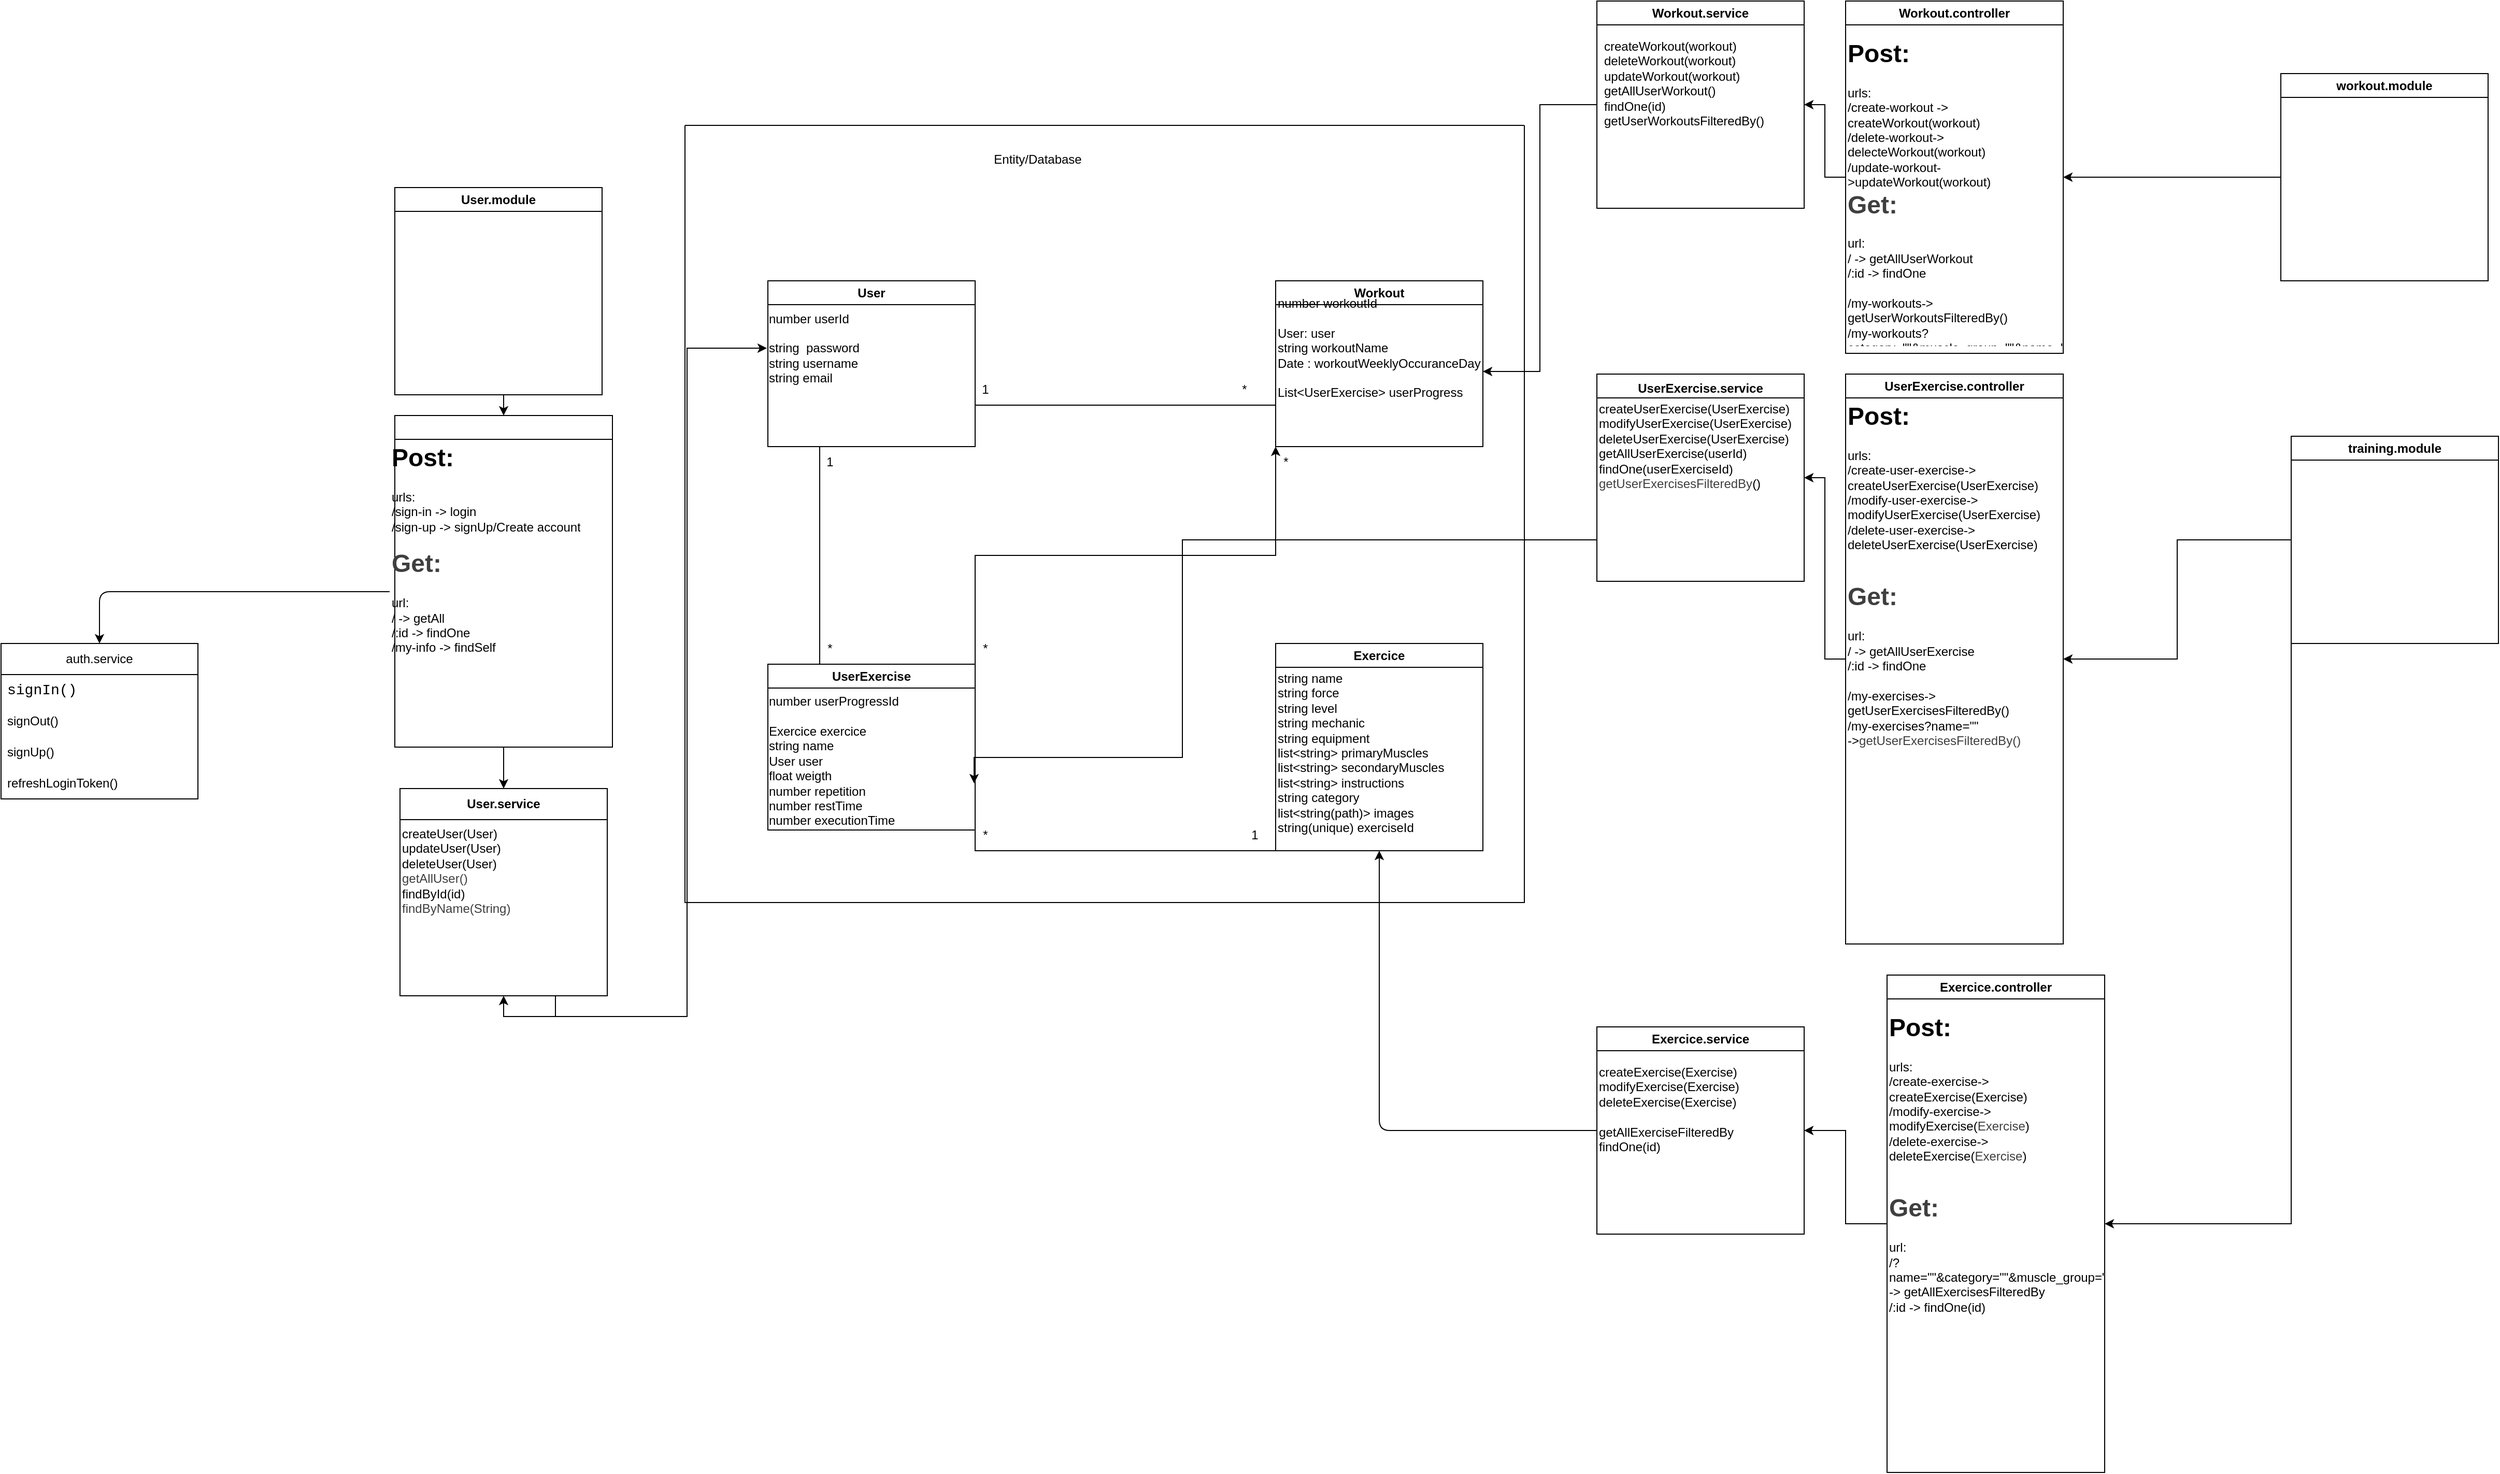
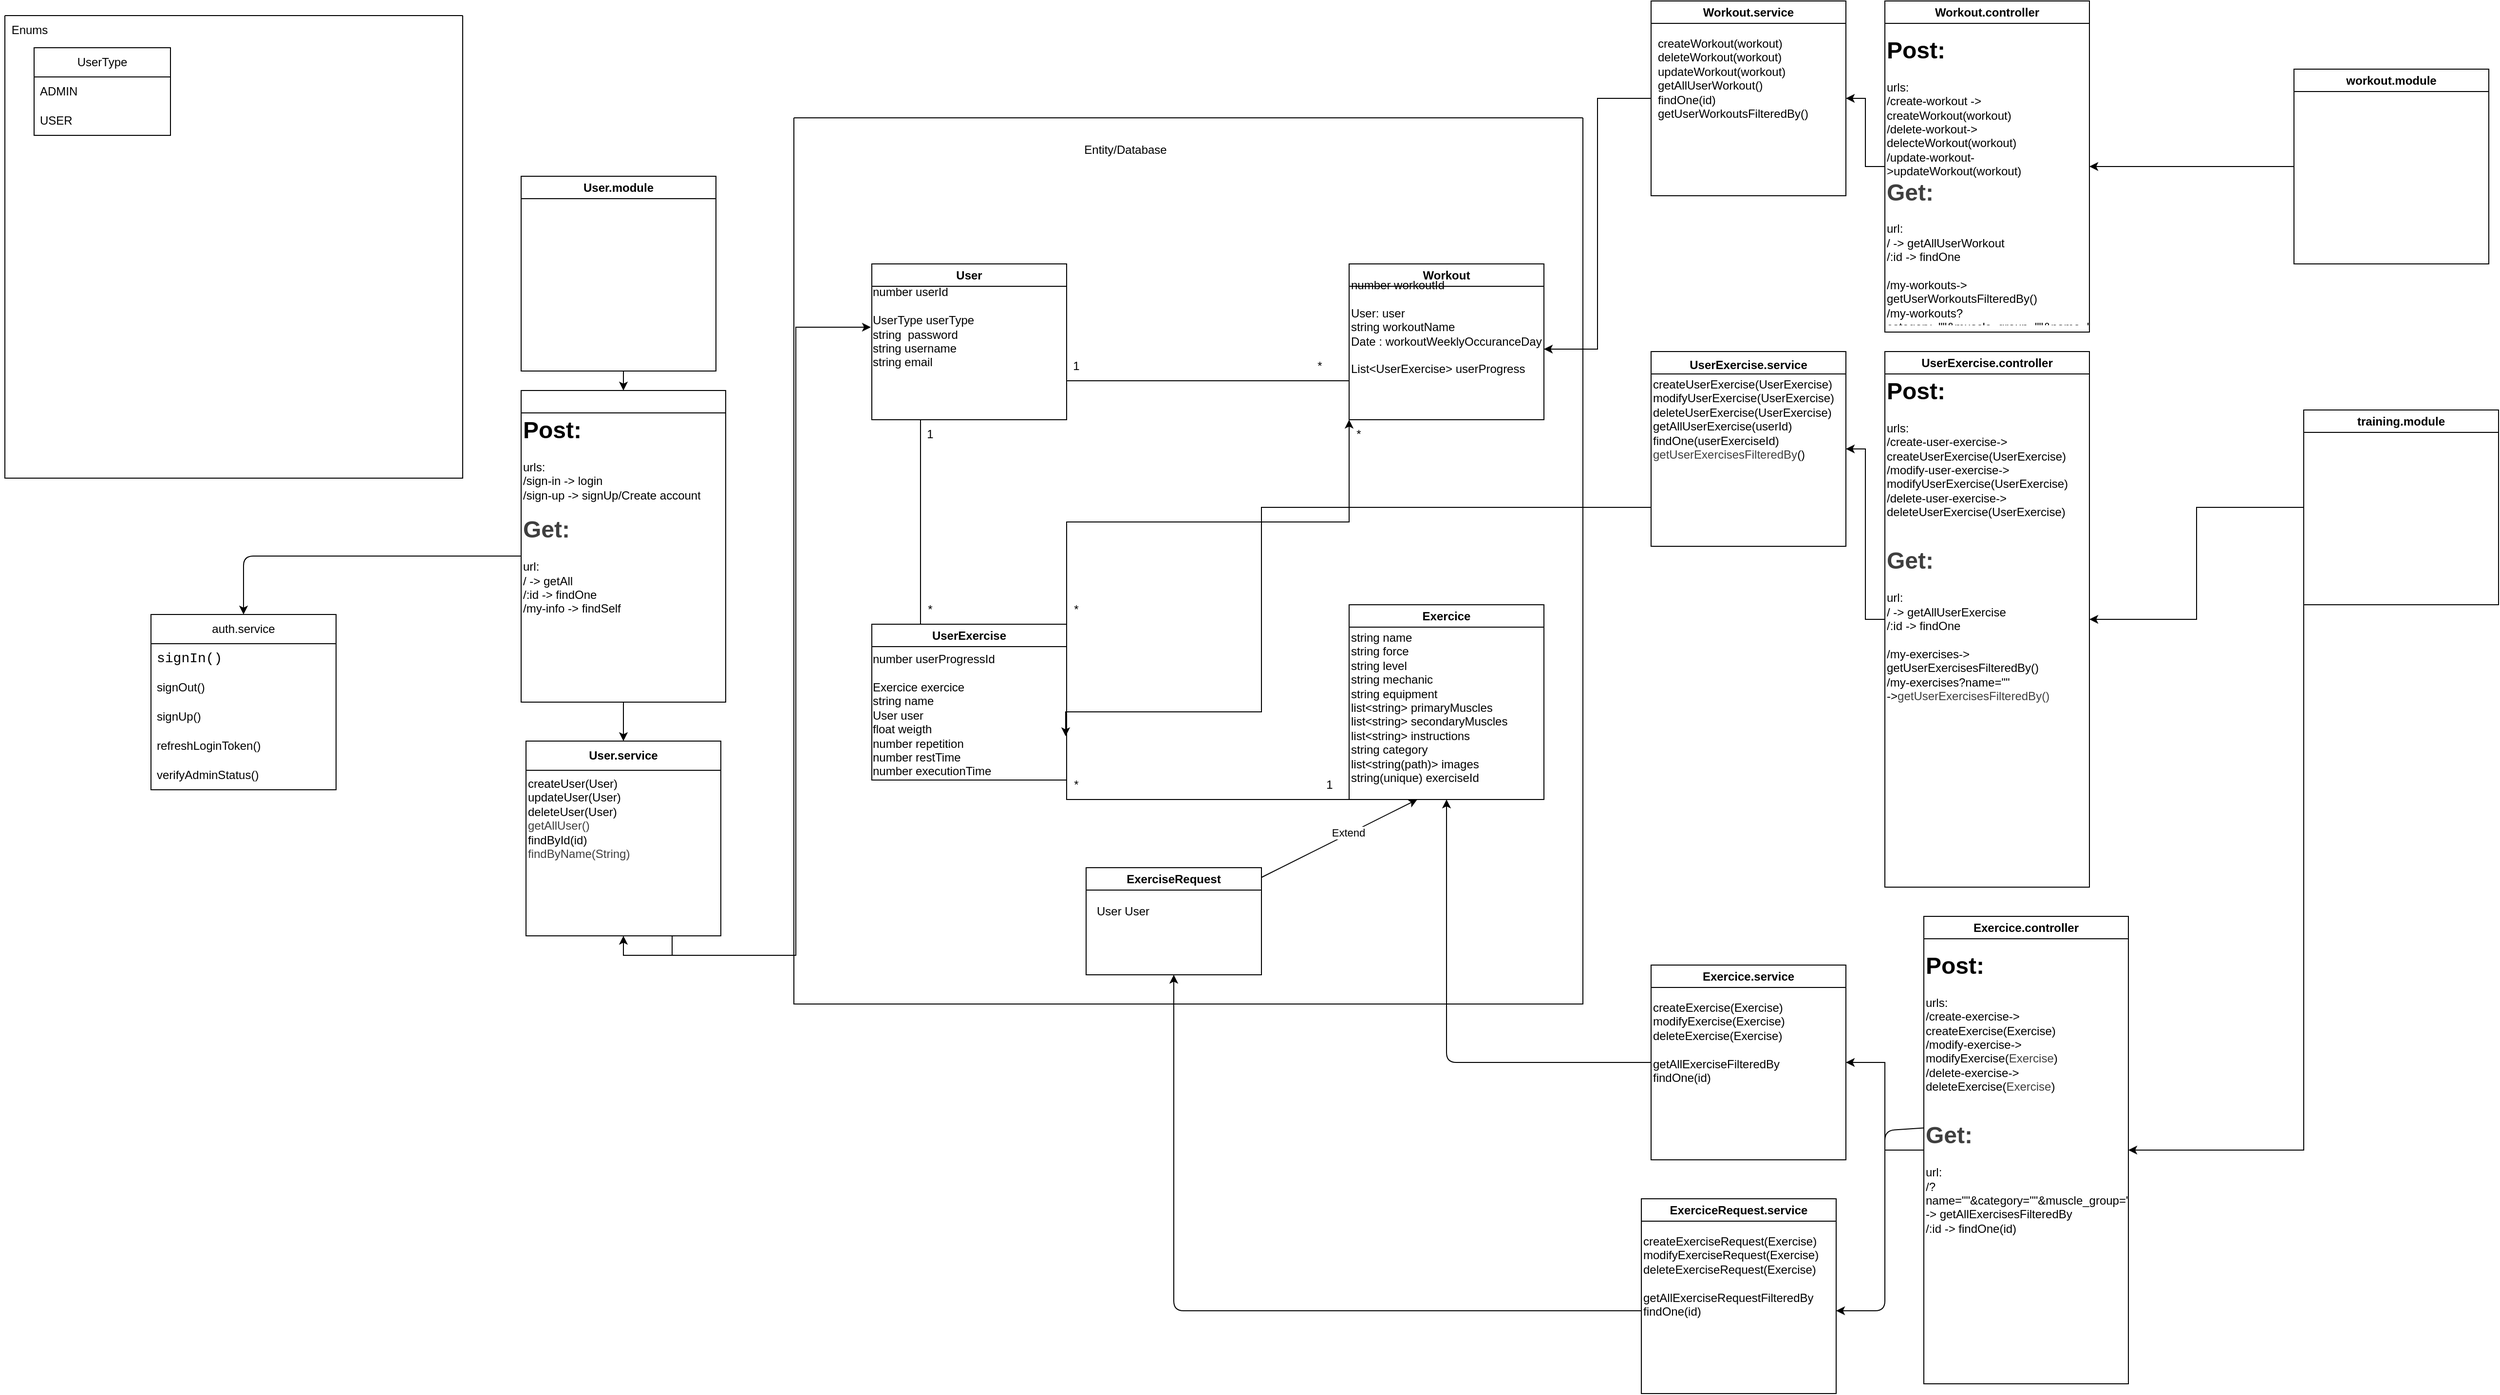
<mxfile host="65bd71144e" pages="2">
    <diagram name="diagramme de classe" id="f1yAM5DfKGLaTx1Gfc8v">
-         <mxGraphModel dx="2241" dy="2684" grid="1" gridSize="10" guides="1" tooltips="1" connect="1" arrows="1" fold="1" page="1" pageScale="1" pageWidth="850" pageHeight="1100" background="#FFFFFF" math="0" shadow="0">
+         <mxGraphModel dx="2703" dy="3141" grid="1" gridSize="10" guides="1" tooltips="1" connect="1" arrows="1" fold="1" page="1" pageScale="1" pageWidth="850" pageHeight="1100" background="#FFFFFF" math="0" shadow="0">
            <root>
                <mxCell id="0"/>
                <mxCell id="1" parent="0"/>
                <mxCell id="54ykkY1KujX23bqlJ3_W-41" style="edgeStyle=orthogonalEdgeStyle;rounded=0;orthogonalLoop=1;jettySize=auto;html=1;exitX=0.25;exitY=1;exitDx=0;exitDy=0;entryX=0.25;entryY=0;entryDx=0;entryDy=0;endArrow=none;endFill=0;" parent="1" source="54ykkY1KujX23bqlJ3_W-2" target="54ykkY1KujX23bqlJ3_W-24" edge="1">
                    <mxGeometry relative="1" as="geometry"/>
                </mxCell>
                <mxCell id="54ykkY1KujX23bqlJ3_W-2" value="User" style="swimlane;whiteSpace=wrap;html=1;" parent="1" vertex="1">
                    <mxGeometry x="-730" y="-1910" width="200" height="160" as="geometry"/>
                </mxCell>
-                 <mxCell id="54ykkY1KujX23bqlJ3_W-21" value="number userId&lt;div&gt;&lt;br&gt;&lt;/div&gt;&lt;div&gt;string&amp;nbsp; password&lt;/div&gt;&lt;div&gt;string username&lt;/div&gt;&lt;div&gt;string email&lt;/div&gt;" style="text;html=1;whiteSpace=wrap;strokeColor=none;fillColor=none;align=left;verticalAlign=middle;rounded=0;" parent="54ykkY1KujX23bqlJ3_W-2" vertex="1">
+                 <mxCell id="54ykkY1KujX23bqlJ3_W-21" value="number userId&lt;div&gt;&lt;br&gt;&lt;/div&gt;&lt;div&gt;UserType userType&lt;/div&gt;&lt;div&gt;string&amp;nbsp; password&lt;/div&gt;&lt;div&gt;string username&lt;/div&gt;&lt;div&gt;string email&lt;/div&gt;" style="text;html=1;whiteSpace=wrap;strokeColor=none;fillColor=none;align=left;verticalAlign=middle;rounded=0;" parent="54ykkY1KujX23bqlJ3_W-2" vertex="1">
                    <mxGeometry x="-1" y="20" width="200" height="90" as="geometry"/>
                </mxCell>
                <mxCell id="54ykkY1KujX23bqlJ3_W-38" style="edgeStyle=orthogonalEdgeStyle;rounded=0;orthogonalLoop=1;jettySize=auto;html=1;exitX=0;exitY=0.75;exitDx=0;exitDy=0;entryX=1;entryY=0.75;entryDx=0;entryDy=0;endArrow=none;endFill=0;" parent="1" source="54ykkY1KujX23bqlJ3_W-22" target="54ykkY1KujX23bqlJ3_W-2" edge="1">
                    <mxGeometry relative="1" as="geometry"/>
                </mxCell>
                <mxCell id="54ykkY1KujX23bqlJ3_W-22" value="Workout" style="swimlane;whiteSpace=wrap;html=1;" parent="1" vertex="1">
                    <mxGeometry x="-240" y="-1910" width="200" height="160" as="geometry"/>
                </mxCell>
                <mxCell id="54ykkY1KujX23bqlJ3_W-35" style="edgeStyle=orthogonalEdgeStyle;rounded=0;orthogonalLoop=1;jettySize=auto;html=1;exitX=1;exitY=1;exitDx=0;exitDy=0;entryX=0;entryY=1;entryDx=0;entryDy=0;endArrow=none;endFill=0;" parent="1" source="54ykkY1KujX23bqlJ3_W-24" target="54ykkY1KujX23bqlJ3_W-26" edge="1">
                    <mxGeometry relative="1" as="geometry"/>
                </mxCell>
                <mxCell id="IGrDSQsmr267pbq8MyPN-1" style="edgeStyle=orthogonalEdgeStyle;rounded=0;orthogonalLoop=1;jettySize=auto;html=1;exitX=1;exitY=0;exitDx=0;exitDy=0;entryX=0;entryY=1;entryDx=0;entryDy=0;" parent="1" source="54ykkY1KujX23bqlJ3_W-24" target="54ykkY1KujX23bqlJ3_W-22" edge="1">
                    <mxGeometry relative="1" as="geometry"/>
                </mxCell>
                <mxCell id="54ykkY1KujX23bqlJ3_W-24" value="UserExercise" style="swimlane;whiteSpace=wrap;html=1;" parent="1" vertex="1">
                    <mxGeometry x="-730" y="-1540" width="200" height="160" as="geometry"/>
                </mxCell>
                <mxCell id="54ykkY1KujX23bqlJ3_W-36" value="*" style="text;html=1;whiteSpace=wrap;strokeColor=none;fillColor=none;align=center;verticalAlign=middle;rounded=0;" parent="1" vertex="1">
                    <mxGeometry x="-550" y="-1390" width="60" height="30" as="geometry"/>
                </mxCell>
                <mxCell id="54ykkY1KujX23bqlJ3_W-37" value="1" style="text;html=1;whiteSpace=wrap;strokeColor=none;fillColor=none;align=center;verticalAlign=middle;rounded=0;" parent="1" vertex="1">
                    <mxGeometry x="-290" y="-1390" width="60" height="30" as="geometry"/>
                </mxCell>
                <mxCell id="54ykkY1KujX23bqlJ3_W-39" value="*" style="text;html=1;whiteSpace=wrap;strokeColor=none;fillColor=none;align=center;verticalAlign=middle;rounded=0;" parent="1" vertex="1">
                    <mxGeometry x="-300" y="-1820" width="60" height="30" as="geometry"/>
                </mxCell>
                <mxCell id="54ykkY1KujX23bqlJ3_W-40" value="1" style="text;html=1;whiteSpace=wrap;strokeColor=none;fillColor=none;align=center;verticalAlign=middle;rounded=0;" parent="1" vertex="1">
                    <mxGeometry x="-550" y="-1820" width="60" height="30" as="geometry"/>
                </mxCell>
                <mxCell id="54ykkY1KujX23bqlJ3_W-42" value="1" style="text;html=1;whiteSpace=wrap;strokeColor=none;fillColor=none;align=center;verticalAlign=middle;rounded=0;" parent="1" vertex="1">
                    <mxGeometry x="-700" y="-1750" width="60" height="30" as="geometry"/>
                </mxCell>
                <mxCell id="54ykkY1KujX23bqlJ3_W-43" value="*" style="text;html=1;whiteSpace=wrap;strokeColor=none;fillColor=none;align=center;verticalAlign=middle;rounded=0;" parent="1" vertex="1">
                    <mxGeometry x="-700" y="-1570" width="60" height="30" as="geometry"/>
                </mxCell>
                <mxCell id="IGrDSQsmr267pbq8MyPN-2" value="*" style="text;html=1;whiteSpace=wrap;strokeColor=none;fillColor=none;align=center;verticalAlign=middle;rounded=0;" parent="1" vertex="1">
                    <mxGeometry x="-550" y="-1570" width="60" height="30" as="geometry"/>
                </mxCell>
                <mxCell id="IGrDSQsmr267pbq8MyPN-3" value="*" style="text;html=1;whiteSpace=wrap;strokeColor=none;fillColor=none;align=center;verticalAlign=middle;rounded=0;" parent="1" vertex="1">
                    <mxGeometry x="-260" y="-1750" width="60" height="30" as="geometry"/>
                </mxCell>
                <mxCell id="rP29Da8wknlB-ixG0lde-15" style="edgeStyle=orthogonalEdgeStyle;rounded=0;orthogonalLoop=1;jettySize=auto;html=1;exitX=0.5;exitY=1;exitDx=0;exitDy=0;entryX=0.5;entryY=0;entryDx=0;entryDy=0;" parent="1" source="rP29Da8wknlB-ixG0lde-6" target="rP29Da8wknlB-ixG0lde-9" edge="1">
                    <mxGeometry relative="1" as="geometry"/>
                </mxCell>
                <mxCell id="rP29Da8wknlB-ixG0lde-6" value="User.module" style="swimlane;whiteSpace=wrap;html=1;" parent="1" vertex="1">
                    <mxGeometry x="-1090" y="-2000" width="200" height="200" as="geometry"/>
                </mxCell>
                <mxCell id="DawH9yrtN17S0lsIlcgT-5" style="edgeStyle=orthogonalEdgeStyle;rounded=0;orthogonalLoop=1;jettySize=auto;html=1;exitX=0;exitY=0.5;exitDx=0;exitDy=0;entryX=1;entryY=0.5;entryDx=0;entryDy=0;" parent="1" source="rP29Da8wknlB-ixG0lde-7" target="DawH9yrtN17S0lsIlcgT-2" edge="1">
                    <mxGeometry relative="1" as="geometry"/>
                </mxCell>
                <mxCell id="DawH9yrtN17S0lsIlcgT-6" style="edgeStyle=orthogonalEdgeStyle;rounded=0;orthogonalLoop=1;jettySize=auto;html=1;exitX=0;exitY=1;exitDx=0;exitDy=0;entryX=1;entryY=0.5;entryDx=0;entryDy=0;" parent="1" source="rP29Da8wknlB-ixG0lde-7" target="DawH9yrtN17S0lsIlcgT-3" edge="1">
                    <mxGeometry relative="1" as="geometry"/>
                </mxCell>
                <mxCell id="rP29Da8wknlB-ixG0lde-7" value="&lt;div&gt;training.module&lt;/div&gt;" style="swimlane;whiteSpace=wrap;html=1;" parent="1" vertex="1">
                    <mxGeometry x="740" y="-1760" width="200" height="200" as="geometry"/>
                </mxCell>
                <mxCell id="rP29Da8wknlB-ixG0lde-17" style="edgeStyle=orthogonalEdgeStyle;rounded=0;orthogonalLoop=1;jettySize=auto;html=1;exitX=0.5;exitY=1;exitDx=0;exitDy=0;entryX=0.5;entryY=0;entryDx=0;entryDy=0;" parent="1" source="rP29Da8wknlB-ixG0lde-9" target="rP29Da8wknlB-ixG0lde-10" edge="1">
                    <mxGeometry relative="1" as="geometry"/>
                </mxCell>
                <mxCell id="rP29Da8wknlB-ixG0lde-9" value="" style="swimlane;whiteSpace=wrap;html=1;" parent="1" vertex="1">
                    <mxGeometry x="-1090" y="-1780" width="210" height="320" as="geometry"/>
                </mxCell>
-                 <mxCell id="19" value="&lt;h1 style=&quot;margin-top: 0px;&quot;&gt;Post:&lt;/h1&gt;&lt;div&gt;urls:&amp;nbsp;&lt;/div&gt;&lt;div&gt;/sign-in -&amp;gt; login&lt;/div&gt;&lt;div&gt;/sign-up -&amp;gt; signUp/Create account&lt;/div&gt;&lt;div&gt;&lt;br&gt;&lt;/div&gt;&lt;div&gt;&lt;h1 style=&quot;color: rgb(63, 63, 63); scrollbar-color: rgb(226, 226, 226) rgb(251, 251, 251); margin-top: 0px;&quot;&gt;Get:&lt;/h1&gt;&lt;/div&gt;&lt;div&gt;url:&lt;/div&gt;&lt;div&gt;/ -&amp;gt; getAll&lt;/div&gt;&lt;div&gt;/:id -&amp;gt; findOne&lt;/div&gt;&lt;div&gt;/my-info -&amp;gt; findSelf&lt;/div&gt;" style="text;html=1;whiteSpace=wrap;overflow=hidden;rounded=0;" parent="rP29Da8wknlB-ixG0lde-9" vertex="1">
-                     <mxGeometry x="-5" y="20" width="210" height="300" as="geometry"/>
+                 <mxCell id="19" value="&lt;h1 style=&quot;margin-top: 0px;&quot;&gt;Post:&lt;/h1&gt;&lt;div&gt;urls:&amp;nbsp;&lt;/div&gt;&lt;div&gt;/sign-in -&amp;gt; login&lt;/div&gt;&lt;div&gt;/sign-up -&amp;gt; signUp/Create account&lt;/div&gt;&lt;div&gt;&lt;br&gt;&lt;/div&gt;&lt;div&gt;&lt;h1 style=&quot;color: rgb(63, 63, 63); scrollbar-color: rgb(226, 226, 226) rgb(251, 251, 251); margin-top: 0px;&quot;&gt;Get:&lt;/h1&gt;&lt;/div&gt;&lt;div&gt;url:&lt;/div&gt;&lt;div&gt;/ -&amp;gt; getAll&lt;/div&gt;&lt;div&gt;/:id -&amp;gt; findOne&lt;/div&gt;&lt;div&gt;/my-info -&amp;gt; findSelf&lt;/div&gt;&lt;div&gt;&lt;br&gt;&lt;/div&gt;" style="text;html=1;whiteSpace=wrap;overflow=hidden;rounded=0;" parent="rP29Da8wknlB-ixG0lde-9" vertex="1">
+                     <mxGeometry y="20" width="210" height="300" as="geometry"/>
                </mxCell>
                <mxCell id="rP29Da8wknlB-ixG0lde-13" style="edgeStyle=orthogonalEdgeStyle;rounded=0;orthogonalLoop=1;jettySize=auto;html=1;exitX=0.75;exitY=1;exitDx=0;exitDy=0;entryX=0;entryY=0.5;entryDx=0;entryDy=0;" parent="1" source="rP29Da8wknlB-ixG0lde-10" target="54ykkY1KujX23bqlJ3_W-21" edge="1">
                    <mxGeometry relative="1" as="geometry"/>
                </mxCell>
                <mxCell id="rP29Da8wknlB-ixG0lde-10" value="User.service" style="swimlane;whiteSpace=wrap;html=1;startSize=30;" parent="1" vertex="1">
                    <mxGeometry x="-1085" y="-1420" width="200" height="200" as="geometry"/>
                </mxCell>
                <mxCell id="9" value="createUser(User)&lt;div&gt;&lt;font color=&quot;#000000&quot;&gt;updateUser(User)&lt;/font&gt;&lt;/div&gt;&lt;div&gt;&lt;font color=&quot;#000000&quot;&gt;deleteUser(User)&lt;/font&gt;&lt;/div&gt;&lt;div&gt;&lt;div style=&quot;color: rgb(63, 63, 63); scrollbar-color: rgb(226, 226, 226) rgb(251, 251, 251);&quot;&gt;getAllUser()&lt;/div&gt;&lt;div&gt;findById(id)&lt;/div&gt;&lt;div&gt;&lt;span style=&quot;color: rgb(63, 63, 63); background-color: transparent;&quot;&gt;findByName(String)&lt;/span&gt;&lt;/div&gt;&lt;div&gt;&lt;br&gt;&lt;/div&gt;&lt;/div&gt;" style="text;html=1;align=left;verticalAlign=top;whiteSpace=wrap;rounded=0;" parent="rP29Da8wknlB-ixG0lde-10" vertex="1">
                    <mxGeometry y="30" width="200" height="170" as="geometry"/>
                </mxCell>
                <mxCell id="rP29Da8wknlB-ixG0lde-14" style="edgeStyle=orthogonalEdgeStyle;rounded=0;orthogonalLoop=1;jettySize=auto;html=1;exitX=0.75;exitY=1;exitDx=0;exitDy=0;entryX=0.5;entryY=1;entryDx=0;entryDy=0;" parent="1" source="rP29Da8wknlB-ixG0lde-10" target="rP29Da8wknlB-ixG0lde-10" edge="1">
                    <mxGeometry relative="1" as="geometry"/>
                </mxCell>
                <mxCell id="DawH9yrtN17S0lsIlcgT-12" style="edgeStyle=orthogonalEdgeStyle;rounded=0;orthogonalLoop=1;jettySize=auto;html=1;exitX=0;exitY=0.5;exitDx=0;exitDy=0;entryX=1;entryY=0.5;entryDx=0;entryDy=0;" parent="1" source="DawH9yrtN17S0lsIlcgT-1" target="DawH9yrtN17S0lsIlcgT-7" edge="1">
                    <mxGeometry relative="1" as="geometry"/>
                </mxCell>
                <mxCell id="DawH9yrtN17S0lsIlcgT-1" value="&lt;div&gt;Workout.controller&lt;/div&gt;" style="swimlane;whiteSpace=wrap;html=1;" parent="1" vertex="1">
                    <mxGeometry x="310" y="-2180" width="210" height="340" as="geometry"/>
                </mxCell>
                <mxCell id="24" value="&lt;h1 style=&quot;margin-top: 0px;&quot;&gt;Post:&lt;/h1&gt;&lt;div&gt;urls:&amp;nbsp;&lt;/div&gt;&lt;div&gt;/create-workout -&amp;gt; createWorkout(workout)&lt;/div&gt;&lt;div&gt;/delete-workout-&amp;gt;&lt;/div&gt;&lt;div&gt;delecteWorkout(workout)&lt;/div&gt;&lt;div&gt;/update-workout-&amp;gt;updateWorkout(workout)&lt;/div&gt;&lt;div&gt;&lt;h1 style=&quot;color: rgb(63, 63, 63); scrollbar-color: rgb(226, 226, 226) rgb(251, 251, 251); margin-top: 0px;&quot;&gt;Get:&lt;/h1&gt;&lt;/div&gt;&lt;div&gt;url:&lt;/div&gt;&lt;div&gt;/ -&amp;gt; getAllUserWorkout&lt;/div&gt;&lt;div&gt;/:id -&amp;gt; findOne&lt;/div&gt;&lt;div&gt;&lt;br&gt;&lt;/div&gt;&lt;div&gt;/my-workouts-&amp;gt; getUserWorkoutsFilteredBy()&lt;/div&gt;&lt;div&gt;/my-workouts?category=&quot;&quot;&amp;amp;muscle_group=&quot;&quot;&amp;amp;name=&quot;&quot;&lt;/div&gt;&lt;div&gt;-&amp;gt;&lt;span style=&quot;color: rgb(63, 63, 63); background-color: transparent;&quot;&gt;getUserWorkoutsFilteredBy()&lt;/span&gt;&lt;/div&gt;" style="text;html=1;whiteSpace=wrap;overflow=hidden;rounded=0;" parent="DawH9yrtN17S0lsIlcgT-1" vertex="1">
                    <mxGeometry y="30" width="210" height="300" as="geometry"/>
                </mxCell>
                <mxCell id="DawH9yrtN17S0lsIlcgT-13" style="edgeStyle=orthogonalEdgeStyle;rounded=0;orthogonalLoop=1;jettySize=auto;html=1;exitX=0;exitY=0.5;exitDx=0;exitDy=0;entryX=1;entryY=0.5;entryDx=0;entryDy=0;" parent="1" source="DawH9yrtN17S0lsIlcgT-2" target="DawH9yrtN17S0lsIlcgT-8" edge="1">
                    <mxGeometry relative="1" as="geometry"/>
                </mxCell>
                <mxCell id="DawH9yrtN17S0lsIlcgT-2" value="&lt;div&gt;UserExercise.controller&lt;/div&gt;" style="swimlane;whiteSpace=wrap;html=1;" parent="1" vertex="1">
                    <mxGeometry x="310" y="-1820" width="210" height="550" as="geometry"/>
                </mxCell>
                <mxCell id="31" value="&lt;h1 style=&quot;margin-top: 0px;&quot;&gt;Post:&lt;/h1&gt;&lt;div&gt;urls:&amp;nbsp;&lt;/div&gt;&lt;div&gt;/create-user-exercise-&amp;gt; createUserExercise(UserExercise)&lt;/div&gt;&lt;div&gt;/modify-user-exercise-&amp;gt;&lt;/div&gt;&lt;div&gt;modifyUserExercise(UserExercise)&lt;/div&gt;&lt;div&gt;/delete-user-exercise-&amp;gt;&lt;/div&gt;&lt;div&gt;deleteUserExercise(UserExercise)&lt;/div&gt;&lt;div&gt;&lt;br&gt;&lt;/div&gt;&lt;div&gt;&lt;br&gt;&lt;/div&gt;&lt;div&gt;&lt;h1 style=&quot;color: rgb(63, 63, 63); scrollbar-color: rgb(226, 226, 226) rgb(251, 251, 251); margin-top: 0px;&quot;&gt;Get:&lt;/h1&gt;&lt;/div&gt;&lt;div&gt;url:&lt;/div&gt;&lt;div&gt;/ -&amp;gt; getAllUserExercise&lt;/div&gt;&lt;div&gt;/:id -&amp;gt; findOne&lt;/div&gt;&lt;div&gt;&lt;br&gt;&lt;/div&gt;&lt;div&gt;/my-exercises-&amp;gt; getUserExercisesFilteredBy()&lt;/div&gt;&lt;div&gt;/my-exercises?name=&quot;&quot;&lt;/div&gt;&lt;div&gt;-&amp;gt;&lt;span style=&quot;color: rgb(63, 63, 63); background-color: transparent;&quot;&gt;&lt;span style=&quot;color: rgb(63, 63, 63);&quot;&gt;getUserExercisesFilteredBy&lt;/span&gt;()&lt;/span&gt;&lt;/div&gt;" style="text;html=1;whiteSpace=wrap;overflow=hidden;rounded=0;" parent="DawH9yrtN17S0lsIlcgT-2" vertex="1">
                    <mxGeometry y="20" width="210" height="530" as="geometry"/>
                </mxCell>
                <mxCell id="DawH9yrtN17S0lsIlcgT-14" style="edgeStyle=orthogonalEdgeStyle;rounded=0;orthogonalLoop=1;jettySize=auto;html=1;exitX=0;exitY=0.5;exitDx=0;exitDy=0;entryX=1;entryY=0.5;entryDx=0;entryDy=0;" parent="1" source="DawH9yrtN17S0lsIlcgT-3" target="DawH9yrtN17S0lsIlcgT-9" edge="1">
                    <mxGeometry relative="1" as="geometry"/>
                </mxCell>
                <mxCell id="DawH9yrtN17S0lsIlcgT-3" value="Exercice.controller" style="swimlane;whiteSpace=wrap;html=1;" parent="1" vertex="1">
                    <mxGeometry x="350" y="-1240" width="210" height="480" as="geometry"/>
                </mxCell>
                <mxCell id="32" value="&lt;h1 style=&quot;margin-top: 0px;&quot;&gt;Post:&lt;/h1&gt;&lt;div&gt;urls:&amp;nbsp;&lt;/div&gt;&lt;div&gt;/create-exercise-&amp;gt; createExercise(Exercise)&lt;/div&gt;&lt;div&gt;/modify-exercise-&amp;gt;&lt;/div&gt;&lt;div&gt;modifyExercise(&lt;span style=&quot;color: rgb(63, 63, 63);&quot;&gt;Exercise&lt;/span&gt;)&lt;/div&gt;&lt;div&gt;/delete-exercise-&amp;gt;&lt;/div&gt;&lt;div&gt;deleteExercise(&lt;span style=&quot;color: rgb(63, 63, 63);&quot;&gt;Exercise&lt;/span&gt;)&lt;/div&gt;&lt;div&gt;&lt;br&gt;&lt;/div&gt;&lt;div&gt;&lt;br&gt;&lt;/div&gt;&lt;div&gt;&lt;h1 style=&quot;color: rgb(63, 63, 63); scrollbar-color: rgb(226, 226, 226) rgb(251, 251, 251); margin-top: 0px;&quot;&gt;Get:&lt;/h1&gt;&lt;/div&gt;&lt;div&gt;url:&lt;/div&gt;&lt;div&gt;/?name=&quot;&quot;&amp;amp;category=&quot;&quot;&amp;amp;muscle_group=&quot;&quot; -&amp;gt; getAllExercisesFilteredBy&lt;/div&gt;&lt;div&gt;/:id -&amp;gt; findOne(id)&lt;/div&gt;&lt;div&gt;&lt;br&gt;&lt;/div&gt;&lt;div&gt;&lt;br&gt;&lt;/div&gt;" style="text;html=1;whiteSpace=wrap;overflow=hidden;rounded=0;" parent="DawH9yrtN17S0lsIlcgT-3" vertex="1">
                    <mxGeometry y="30" width="210" height="360" as="geometry"/>
                </mxCell>
                <mxCell id="DawH9yrtN17S0lsIlcgT-16" style="edgeStyle=orthogonalEdgeStyle;rounded=0;orthogonalLoop=1;jettySize=auto;html=1;exitX=0;exitY=0.5;exitDx=0;exitDy=0;entryX=1;entryY=0.75;entryDx=0;entryDy=0;" parent="1" source="DawH9yrtN17S0lsIlcgT-7" target="54ykkY1KujX23bqlJ3_W-23" edge="1">
                    <mxGeometry relative="1" as="geometry"/>
                </mxCell>
                <mxCell id="DawH9yrtN17S0lsIlcgT-7" value="&lt;div&gt;Workout.service&lt;/div&gt;" style="swimlane;whiteSpace=wrap;html=1;" parent="1" vertex="1">
                    <mxGeometry x="70" y="-2180" width="200" height="200" as="geometry"/>
                </mxCell>
                <mxCell id="26" value="createWorkout(workout)&lt;div&gt;&lt;font color=&quot;#000000&quot;&gt;deleteWorkout(workout)&lt;/font&gt;&lt;/div&gt;&lt;div&gt;&lt;font color=&quot;#000000&quot;&gt;updateWorkout(workout)&lt;br&gt;&lt;/font&gt;&lt;div&gt;getAllUserWorkout()&lt;/div&gt;&lt;div&gt;findOne(id)&lt;/div&gt;&lt;div&gt;getUserWorkoutsFilteredBy()&lt;/div&gt;&lt;div&gt;&lt;br&gt;&lt;/div&gt;&lt;/div&gt;" style="text;html=1;align=left;verticalAlign=top;whiteSpace=wrap;rounded=0;" parent="DawH9yrtN17S0lsIlcgT-7" vertex="1">
                    <mxGeometry x="5" y="30" width="190" height="170" as="geometry"/>
                </mxCell>
                <mxCell id="DawH9yrtN17S0lsIlcgT-17" style="edgeStyle=orthogonalEdgeStyle;rounded=0;orthogonalLoop=1;jettySize=auto;html=1;exitX=0;exitY=0.5;exitDx=0;exitDy=0;entryX=1;entryY=0.5;entryDx=0;entryDy=0;" parent="1" source="DawH9yrtN17S0lsIlcgT-8" target="54ykkY1KujX23bqlJ3_W-25" edge="1">
                    <mxGeometry relative="1" as="geometry">
                        <Array as="points">
                            <mxPoint x="-330" y="-1660"/>
                            <mxPoint x="-330" y="-1450"/>
                        </Array>
                    </mxGeometry>
                </mxCell>
                <mxCell id="DawH9yrtN17S0lsIlcgT-8" value="&lt;div&gt;UserExercise.service&lt;/div&gt;" style="swimlane;whiteSpace=wrap;html=1;verticalAlign=top;" parent="1" vertex="1">
                    <mxGeometry x="70" y="-1820" width="200" height="200" as="geometry"/>
                </mxCell>
                <mxCell id="28" value="createUserExercise(UserExercise)&lt;div&gt;modifyUserExercise(UserExercise)&lt;/div&gt;&lt;div&gt;deleteUserExercise(UserExercise)&lt;/div&gt;&lt;div&gt;getAllUserExercise(userId)&lt;/div&gt;&lt;div&gt;findOne(userExerciseId)&lt;/div&gt;&lt;div&gt;&lt;span style=&quot;color: rgb(63, 63, 63); background-color: transparent;&quot;&gt;getUserExercisesFilteredBy&lt;/span&gt;()&lt;/div&gt;&lt;div&gt;&lt;br&gt;&lt;/div&gt;&lt;div&gt;&lt;br&gt;&lt;/div&gt;" style="text;html=1;align=left;verticalAlign=top;whiteSpace=wrap;rounded=0;" parent="DawH9yrtN17S0lsIlcgT-8" vertex="1">
                    <mxGeometry y="20" width="200" height="180" as="geometry"/>
                </mxCell>
                <mxCell id="29" style="edgeStyle=none;html=1;entryX=0.5;entryY=1;entryDx=0;entryDy=0;" parent="1" source="DawH9yrtN17S0lsIlcgT-9" target="54ykkY1KujX23bqlJ3_W-26" edge="1">
                    <mxGeometry relative="1" as="geometry">
                        <Array as="points">
                            <mxPoint x="-140" y="-1090"/>
                        </Array>
                    </mxGeometry>
                </mxCell>
                <mxCell id="DawH9yrtN17S0lsIlcgT-9" value="Exercice.service" style="swimlane;whiteSpace=wrap;html=1;" parent="1" vertex="1">
                    <mxGeometry x="70" y="-1190" width="200" height="200" as="geometry"/>
                </mxCell>
                <mxCell id="34" value="createExercise(Exercise)&lt;div&gt;modifyExercise(Exercise)&lt;/div&gt;&lt;div&gt;deleteExercise(Exercise)&lt;/div&gt;&lt;div&gt;&lt;br&gt;&lt;/div&gt;&lt;div&gt;getAllExerciseFilteredBy&lt;/div&gt;&lt;div&gt;findOne(id)&lt;/div&gt;" style="text;html=1;align=left;verticalAlign=top;whiteSpace=wrap;rounded=0;" parent="DawH9yrtN17S0lsIlcgT-9" vertex="1">
                    <mxGeometry y="30" width="200" height="170" as="geometry"/>
                </mxCell>
                <mxCell id="DawH9yrtN17S0lsIlcgT-18" value="" style="swimlane;startSize=0;" parent="1" vertex="1">
-                     <mxGeometry x="-810" y="-2060" width="810" height="750" as="geometry"/>
+                     <mxGeometry x="-810" y="-2060" width="810" height="910" as="geometry"/>
                </mxCell>
                <mxCell id="54ykkY1KujX23bqlJ3_W-23" value="&lt;div&gt;number workoutId&lt;/div&gt;&lt;div&gt;&lt;br&gt;&lt;/div&gt;&lt;div&gt;User: user&lt;/div&gt;&lt;div&gt;string workoutName&lt;/div&gt;&lt;div&gt;Date : workoutWeeklyOccuranceDay&lt;/div&gt;&lt;div&gt;&lt;br&gt;&lt;/div&gt;&lt;div&gt;List&amp;lt;UserExercise&amp;gt; userProgress&lt;/div&gt;" style="text;html=1;whiteSpace=wrap;strokeColor=none;fillColor=none;align=left;verticalAlign=middle;rounded=0;" parent="DawH9yrtN17S0lsIlcgT-18" vertex="1">
                    <mxGeometry x="570" y="170" width="200" height="90" as="geometry"/>
                </mxCell>
                <mxCell id="54ykkY1KujX23bqlJ3_W-25" value="number userProgressId&lt;div&gt;&lt;br&gt;&lt;/div&gt;&lt;div&gt;Exercice exercice&lt;/div&gt;&lt;div&gt;string name&lt;/div&gt;&lt;div&gt;User user&lt;/div&gt;&lt;div&gt;float weigth&lt;/div&gt;&lt;div&gt;number repetition&lt;/div&gt;&lt;div&gt;number restTime&lt;/div&gt;&lt;div&gt;number executionTime&lt;/div&gt;&lt;div&gt;&lt;br&gt;&lt;/div&gt;&lt;div&gt;&lt;br&gt;&lt;/div&gt;&lt;div&gt;&lt;br&gt;&lt;/div&gt;" style="text;html=1;whiteSpace=wrap;strokeColor=none;fillColor=none;align=left;verticalAlign=middle;rounded=0;" parent="DawH9yrtN17S0lsIlcgT-18" vertex="1">
                    <mxGeometry x="79" y="570" width="200" height="130" as="geometry"/>
                </mxCell>
                <mxCell id="54ykkY1KujX23bqlJ3_W-26" value="Exercice" style="swimlane;whiteSpace=wrap;html=1;" parent="DawH9yrtN17S0lsIlcgT-18" vertex="1">
                    <mxGeometry x="570" y="500" width="200" height="200" as="geometry"/>
                </mxCell>
                <mxCell id="5" value="string name&lt;div&gt;string force&lt;/div&gt;&lt;div&gt;string level&lt;/div&gt;&lt;div&gt;string mechanic&lt;/div&gt;&lt;div&gt;string equipment&lt;/div&gt;&lt;div&gt;list&amp;lt;string&amp;gt; primaryMuscles&lt;/div&gt;&lt;div&gt;list&amp;lt;string&amp;gt; secondaryMuscles&lt;/div&gt;&lt;div&gt;list&amp;lt;string&amp;gt; instructions&lt;/div&gt;&lt;div&gt;string category&lt;/div&gt;&lt;div&gt;list&amp;lt;string(path)&amp;gt; images&lt;/div&gt;&lt;div&gt;string(unique) exerciseId&lt;/div&gt;" style="text;html=1;align=left;verticalAlign=top;whiteSpace=wrap;rounded=0;" parent="54ykkY1KujX23bqlJ3_W-26" vertex="1">
                    <mxGeometry y="20" width="200" height="140" as="geometry"/>
                </mxCell>
+                 <mxCell id="48" style="edgeStyle=none;html=1;" edge="1" parent="DawH9yrtN17S0lsIlcgT-18" source="45">
+                     <mxGeometry relative="1" as="geometry">
+                         <mxPoint x="640" y="700.0000000000002" as="targetPoint"/>
+                     </mxGeometry>
+                 </mxCell>
+                 <mxCell id="49" value="Extend" style="edgeLabel;html=1;align=center;verticalAlign=middle;resizable=0;points=[];" vertex="1" connectable="0" parent="48">
+                     <mxGeometry x="0.1147" y="1" relative="1" as="geometry">
+                         <mxPoint y="-1" as="offset"/>
+                     </mxGeometry>
+                 </mxCell>
+                 <mxCell id="45" value="ExerciseRequest" style="swimlane;whiteSpace=wrap;html=1;" vertex="1" parent="DawH9yrtN17S0lsIlcgT-18">
+                     <mxGeometry x="300" y="770" width="180" height="110" as="geometry"/>
+                 </mxCell>
+                 <mxCell id="53" value="User User" style="text;html=1;align=center;verticalAlign=middle;whiteSpace=wrap;rounded=0;" vertex="1" parent="45">
+                     <mxGeometry x="6" y="30" width="64" height="30" as="geometry"/>
+                 </mxCell>
                <mxCell id="2" value="Entity/Database" style="text;html=1;align=center;verticalAlign=middle;resizable=0;points=[];autosize=1;strokeColor=none;fillColor=none;" parent="1" vertex="1">
                    <mxGeometry x="-525" y="-2042" width="110" height="30" as="geometry"/>
                </mxCell>
                <mxCell id="7" style="edgeStyle=none;html=1;entryX=1;entryY=0.5;entryDx=0;entryDy=0;" parent="1" source="6" target="DawH9yrtN17S0lsIlcgT-1" edge="1">
                    <mxGeometry relative="1" as="geometry">
                        <mxPoint x="500" y="-1870" as="targetPoint"/>
                        <Array as="points"/>
                    </mxGeometry>
                </mxCell>
                <mxCell id="6" value="&lt;div&gt;workout.module&lt;/div&gt;" style="swimlane;whiteSpace=wrap;html=1;" parent="1" vertex="1">
                    <mxGeometry x="730" y="-2110" width="200" height="200" as="geometry"/>
                </mxCell>
                <mxCell id="10" value="auth.service" style="swimlane;fontStyle=0;childLayout=stackLayout;horizontal=1;startSize=30;horizontalStack=0;resizeParent=1;resizeParentMax=0;resizeLast=0;collapsible=1;marginBottom=0;whiteSpace=wrap;html=1;" parent="1" vertex="1">
-                     <mxGeometry x="-1470" y="-1560" width="190" height="150" as="geometry"/>
+                     <mxGeometry x="-1470" y="-1550" width="190" height="180" as="geometry"/>
                </mxCell>
                <mxCell id="11" value="&lt;div style=&quot;font-family: Consolas, &amp;quot;Courier New&amp;quot;, monospace; font-size: 14px; line-height: 19px; white-space: pre;&quot;&gt;&lt;span&gt;&lt;font style=&quot;color: rgb(0, 0, 0);&quot;&gt;signIn()&lt;/font&gt;&lt;/span&gt;&lt;/div&gt;" style="text;strokeColor=none;fillColor=none;align=left;verticalAlign=middle;spacingLeft=4;spacingRight=4;overflow=hidden;points=[[0,0.5],[1,0.5]];portConstraint=eastwest;rotatable=0;whiteSpace=wrap;html=1;" parent="10" vertex="1">
                    <mxGeometry y="30" width="190" height="30" as="geometry"/>
                </mxCell>
                <mxCell id="12" value="signOut()" style="text;strokeColor=none;fillColor=none;align=left;verticalAlign=middle;spacingLeft=4;spacingRight=4;overflow=hidden;points=[[0,0.5],[1,0.5]];portConstraint=eastwest;rotatable=0;whiteSpace=wrap;html=1;" parent="10" vertex="1">
                    <mxGeometry y="60" width="190" height="30" as="geometry"/>
                </mxCell>
                <mxCell id="13" value="signUp()" style="text;strokeColor=none;fillColor=none;align=left;verticalAlign=middle;spacingLeft=4;spacingRight=4;overflow=hidden;points=[[0,0.5],[1,0.5]];portConstraint=eastwest;rotatable=0;whiteSpace=wrap;html=1;" parent="10" vertex="1">
                    <mxGeometry y="90" width="190" height="30" as="geometry"/>
                </mxCell>
                <mxCell id="15" value="refreshLoginToken()" style="text;strokeColor=none;fillColor=none;align=left;verticalAlign=middle;spacingLeft=4;spacingRight=4;overflow=hidden;points=[[0,0.5],[1,0.5]];portConstraint=eastwest;rotatable=0;whiteSpace=wrap;html=1;" parent="10" vertex="1">
                    <mxGeometry y="120" width="190" height="30" as="geometry"/>
                </mxCell>
+                 <mxCell id="41" value="verifyAdminStatus()" style="text;strokeColor=none;fillColor=none;align=left;verticalAlign=middle;spacingLeft=4;spacingRight=4;overflow=hidden;points=[[0,0.5],[1,0.5]];portConstraint=eastwest;rotatable=0;whiteSpace=wrap;html=1;" vertex="1" parent="10">
+                     <mxGeometry y="150" width="190" height="30" as="geometry"/>
+                 </mxCell>
                <mxCell id="20" style="edgeStyle=none;html=1;entryX=0.5;entryY=0;entryDx=0;entryDy=0;" parent="1" source="19" target="10" edge="1">
                    <mxGeometry relative="1" as="geometry">
                        <Array as="points">
                            <mxPoint x="-1375" y="-1610"/>
+                         </Array>
+                     </mxGeometry>
+                 </mxCell>
+                 <mxCell id="35" value="" style="swimlane;startSize=0;" vertex="1" parent="1">
+                     <mxGeometry x="-1620" y="-2165" width="470" height="475" as="geometry"/>
+                 </mxCell>
+                 <mxCell id="36" value="Enums" style="text;html=1;align=center;verticalAlign=middle;resizable=0;points=[];autosize=1;strokeColor=none;fillColor=none;" vertex="1" parent="35">
+                     <mxGeometry x="-5" width="60" height="30" as="geometry"/>
+                 </mxCell>
+                 <mxCell id="37" value="UserType" style="swimlane;fontStyle=0;childLayout=stackLayout;horizontal=1;startSize=30;horizontalStack=0;resizeParent=1;resizeParentMax=0;resizeLast=0;collapsible=1;marginBottom=0;whiteSpace=wrap;html=1;" vertex="1" parent="35">
+                     <mxGeometry x="30" y="33" width="140" height="90" as="geometry"/>
+                 </mxCell>
+                 <mxCell id="38" value="ADMIN" style="text;strokeColor=none;fillColor=none;align=left;verticalAlign=middle;spacingLeft=4;spacingRight=4;overflow=hidden;points=[[0,0.5],[1,0.5]];portConstraint=eastwest;rotatable=0;whiteSpace=wrap;html=1;" vertex="1" parent="37">
+                     <mxGeometry y="30" width="140" height="30" as="geometry"/>
+                 </mxCell>
+                 <mxCell id="39" value="USER" style="text;strokeColor=none;fillColor=none;align=left;verticalAlign=middle;spacingLeft=4;spacingRight=4;overflow=hidden;points=[[0,0.5],[1,0.5]];portConstraint=eastwest;rotatable=0;whiteSpace=wrap;html=1;" vertex="1" parent="37">
+                     <mxGeometry y="60" width="140" height="30" as="geometry"/>
+                 </mxCell>
+                 <mxCell id="50" value="ExerciceRequest.service" style="swimlane;whiteSpace=wrap;html=1;" vertex="1" parent="1">
+                     <mxGeometry x="60" y="-950" width="200" height="200" as="geometry"/>
+                 </mxCell>
+                 <mxCell id="51" value="createExerciseRequest(Exercise)&lt;div&gt;modifyExerciseRequest(Exercise)&lt;/div&gt;&lt;div&gt;deleteExerciseRequest(Exercise)&lt;/div&gt;&lt;div&gt;&lt;br&gt;&lt;/div&gt;&lt;div&gt;getAllExerciseRequestFilteredBy&lt;/div&gt;&lt;div&gt;findOne(id)&lt;/div&gt;" style="text;html=1;align=left;verticalAlign=top;whiteSpace=wrap;rounded=0;" vertex="1" parent="50">
+                     <mxGeometry y="30" width="200" height="170" as="geometry"/>
+                 </mxCell>
+                 <mxCell id="52" style="edgeStyle=none;html=1;entryX=1;entryY=0.5;entryDx=0;entryDy=0;" edge="1" parent="1" source="32" target="51">
+                     <mxGeometry relative="1" as="geometry">
+                         <Array as="points">
+                             <mxPoint x="310" y="-1020"/>
+                             <mxPoint x="310" y="-835"/>
+                         </Array>
+                     </mxGeometry>
+                 </mxCell>
+                 <mxCell id="55" style="edgeStyle=none;html=1;entryX=0.5;entryY=1;entryDx=0;entryDy=0;" edge="1" parent="1" source="51" target="45">
+                     <mxGeometry relative="1" as="geometry">
+                         <mxPoint x="-400" y="-1220.0000000000002" as="targetPoint"/>
+                         <Array as="points">
+                             <mxPoint x="-420" y="-835"/>
                        </Array>
                    </mxGeometry>
                </mxCell>
            </root>
        </mxGraphModel>
    </diagram>
    <diagram id="mR_OY0SdPoMUUEQN0vEY" name="Page-2">
        <mxGraphModel dx="662" dy="560" grid="1" gridSize="10" guides="1" tooltips="1" connect="1" arrows="1" fold="1" page="1" pageScale="1" pageWidth="850" pageHeight="1100" math="0" shadow="0">
            <root>
                <mxCell id="0"/>
                <mxCell id="1" parent="0"/>
            </root>
        </mxGraphModel>
    </diagram>
</mxfile>